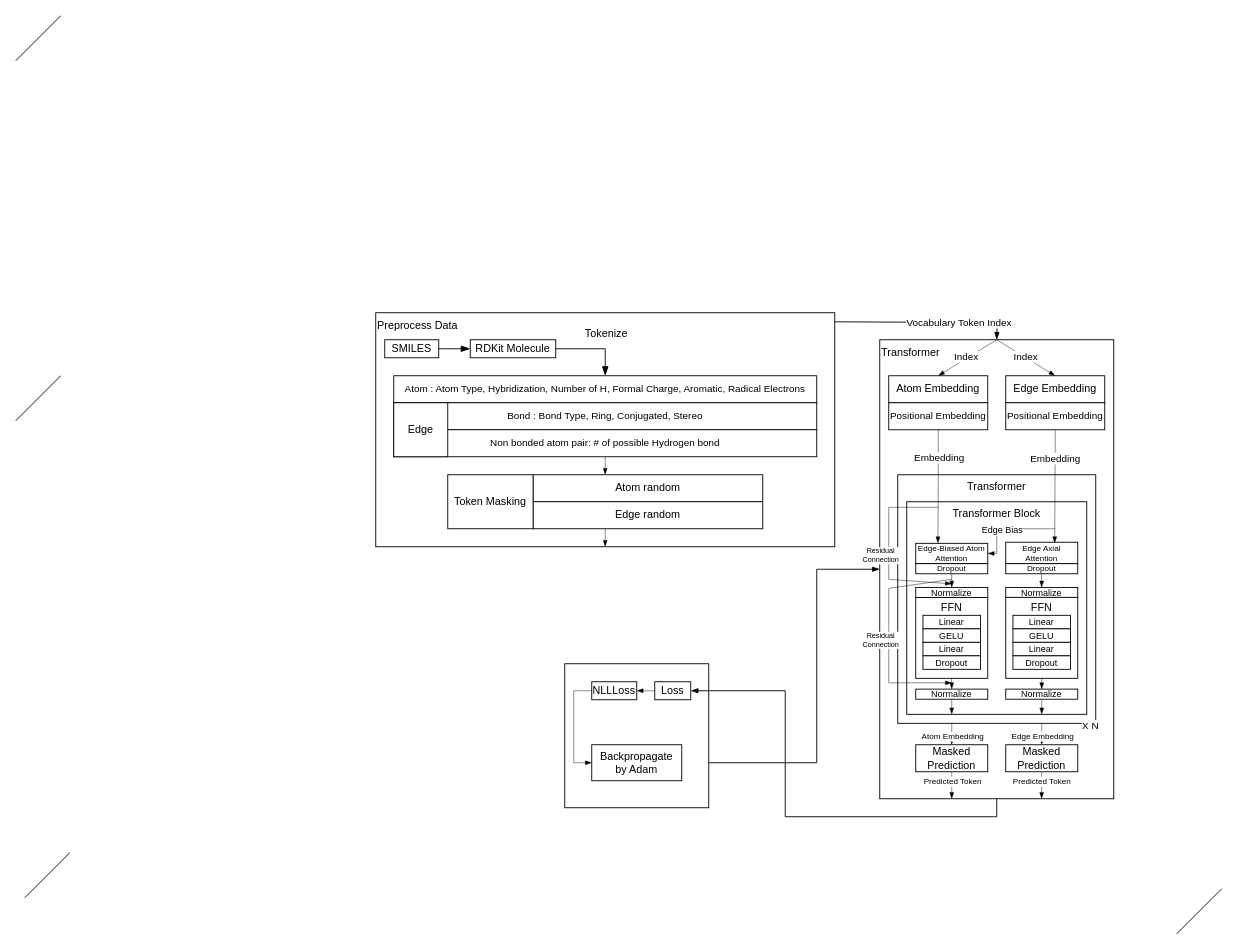
This is ligemb_model_structure_2.drawio from rladbtls1998/public_temp, a draw.io file, before an edit. Source tidied: cells renumbered, new cells numbered last; positions are measured from the earlier drawing's top-left corner, leaving out a move shared by most shapes. Both pictures are drawn from the tidied source at 90%, with x=0, y=0 at pixel (15, 15).
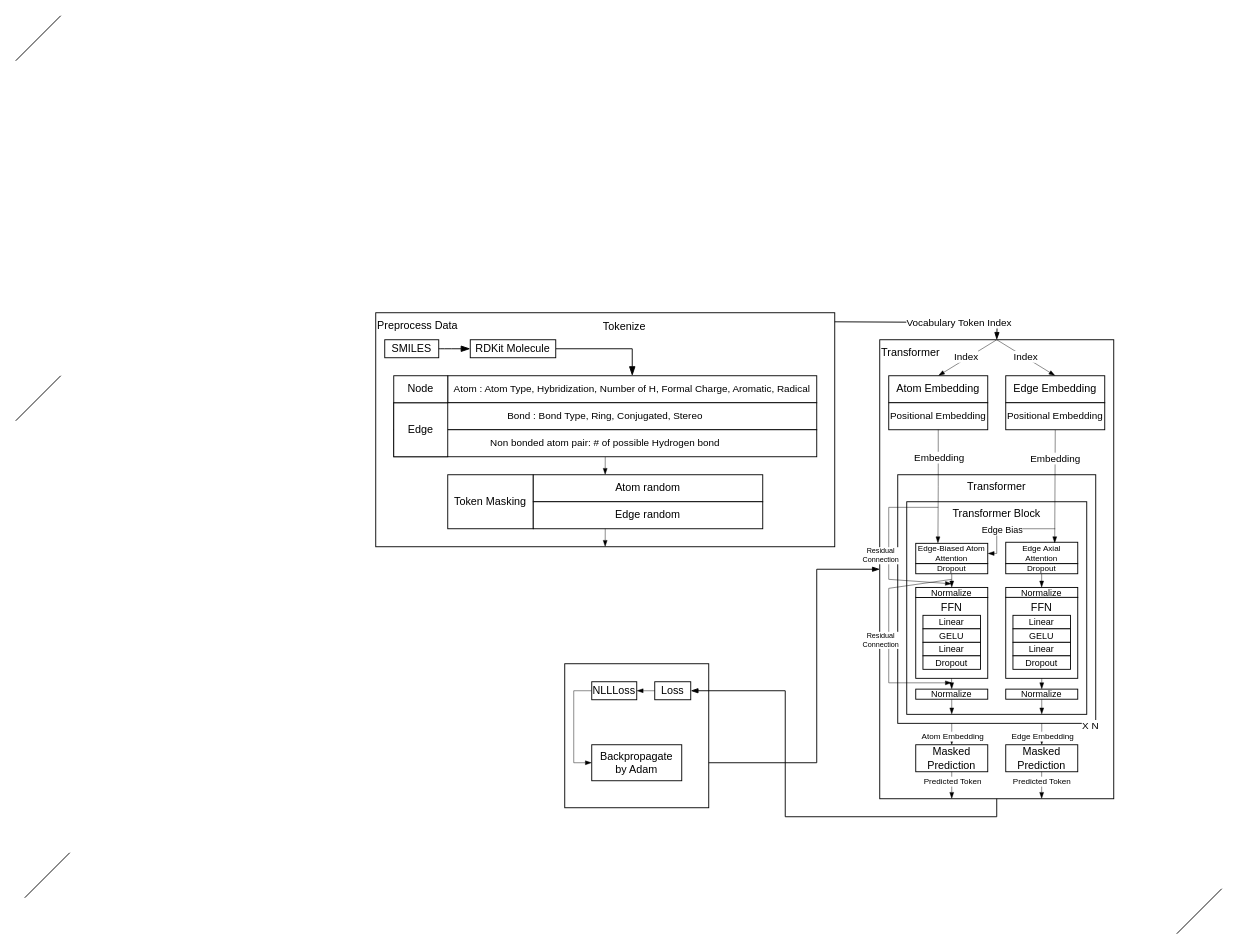
The same diagram, later.

The change refers to these unchanged cells:
```xml
<mxCell id="77" style="group;" parent="63" vertex="1">
  <mxGeometry x="20" y="70" width="470" height="90" as="geometry" />
</mxCell>
```

Diff of the diagram source:
```diff
@@
-    <mxCell id="78" value="Atom : Atom Type, Hybridization, Number of H, Formal Charge, Aromatic, Radical Electrons" style="rounded=0;whiteSpace=wrap;html=1;fontSize=11;" parent="77" vertex="1">
-      <mxGeometry width="470" height="30" as="geometry" />
+    <mxCell id="78" value="Atom : Atom Type, Hybridization, Number of H, Formal Charge, Aromatic, Radical" style="rounded=0;whiteSpace=wrap;html=1;fontSize=11;" parent="77" vertex="1">
+      <mxGeometry x="60" width="410" height="30" as="geometry" />
     </mxCell>
@@
+    <mxCell id="98" value="Node" style="rounded=0;whiteSpace=wrap;html=1;" parent="77" vertex="1">
+      <mxGeometry width="60" height="30" as="geometry" />
+    </mxCell>
```
